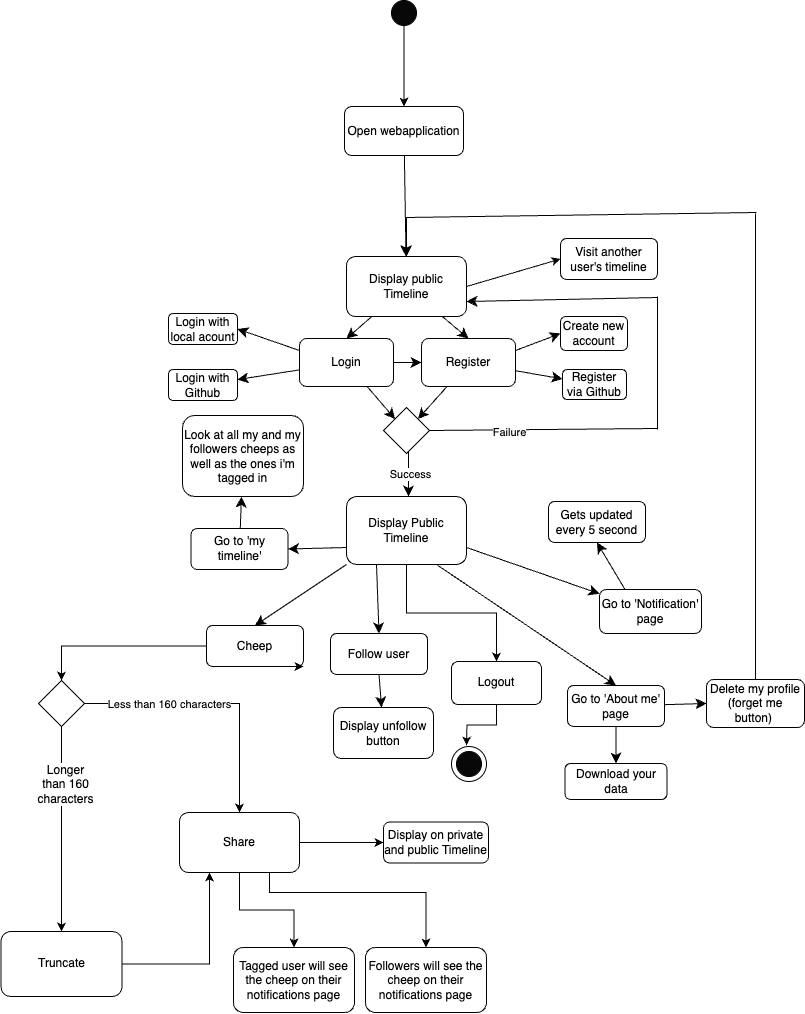
ITU-BDSA2024-GROUP26/Chirp keeps this draw.io diagram as docs/images/UserActivities_uml.drawio.png. Above is the earlier version. Source tidied: cells renumbered, new cells last; positions are measured from the earlier drawing's top-left corner, leaving out a move shared by most shapes.
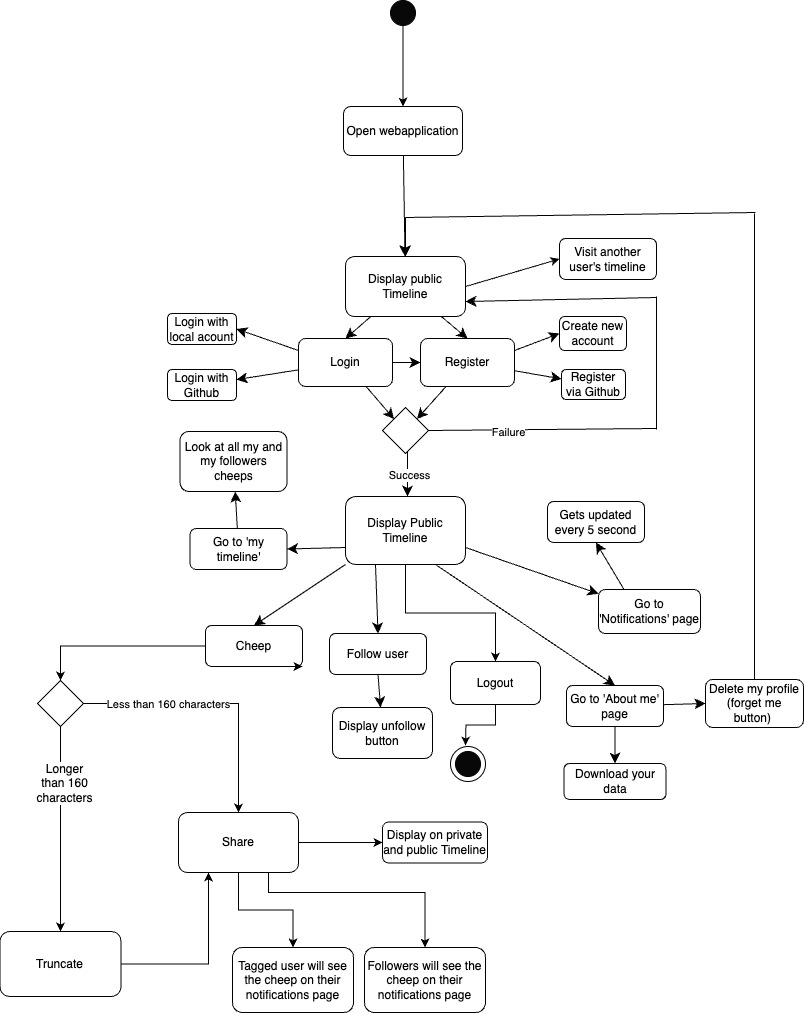
The same file after the commit.

Commit message:
Fix User activities uml diagram

What changed in the source:
```diff
@@ -133,7 +133,7 @@
     <mxCell id="43" style="edgeStyle=none;curved=1;rounded=0;jettySize=auto;html=1;exitX=0.25;exitY=0;exitDx=0;exitDy=0;entryX=0.5;entryY=1;entryDx=0;entryDy=0;fontSize=12;startSize=8;endSize=8;labelBackgroundColor=none;fontColor=default;" parent="1" edge="1" source="44" target="57">
       <mxGeometry relative="1" as="geometry" />
     </mxCell>
-    <mxCell id="44" value="Go to 'Notification' page" style="rounded=1;whiteSpace=wrap;html=1;labelBackgroundColor=none;" parent="1" vertex="1">
+    <mxCell id="44" value="Go to 'Notifications' page" style="rounded=1;whiteSpace=wrap;html=1;labelBackgroundColor=none;" parent="1" vertex="1">
       <mxGeometry x="599" y="589" width="102" height="44" as="geometry" />
     </mxCell>
     <mxCell id="45" style="endArrow=none;html=1;rounded=0;fontSize=12;startSize=8;endSize=8;curved=1;exitX=1;exitY=0.5;exitDx=0;exitDy=0;labelBackgroundColor=none;fontColor=default;" parent="1" edge="1" source="69">
@@ -185,8 +185,8 @@
     <mxCell id="55" value="Open webapplication" style="rounded=1;whiteSpace=wrap;html=1;labelBackgroundColor=none;" parent="1" vertex="1">
       <mxGeometry x="344" y="106" width="119" height="49" as="geometry" />
     </mxCell>
-    <mxCell id="56" value="Look at all my and my followers cheeps as well as the ones i'm tagged in" style="rounded=1;whiteSpace=wrap;html=1;labelBackgroundColor=none;" parent="1" vertex="1">
-      <mxGeometry x="182" y="415" width="121" height="81" as="geometry" />
+    <mxCell id="56" value="Look at all my and my followers cheeps" style="rounded=1;whiteSpace=wrap;html=1;labelBackgroundColor=none;" parent="1" vertex="1">
+      <mxGeometry x="180.5" y="431" width="107" height="60" as="geometry" />
     </mxCell>
     <mxCell id="57" value="Gets updated every 5 second" style="rounded=1;whiteSpace=wrap;html=1;labelBackgroundColor=none;" parent="1" vertex="1">
       <mxGeometry x="548" y="501" width="97" height="41" as="geometry" />
```
